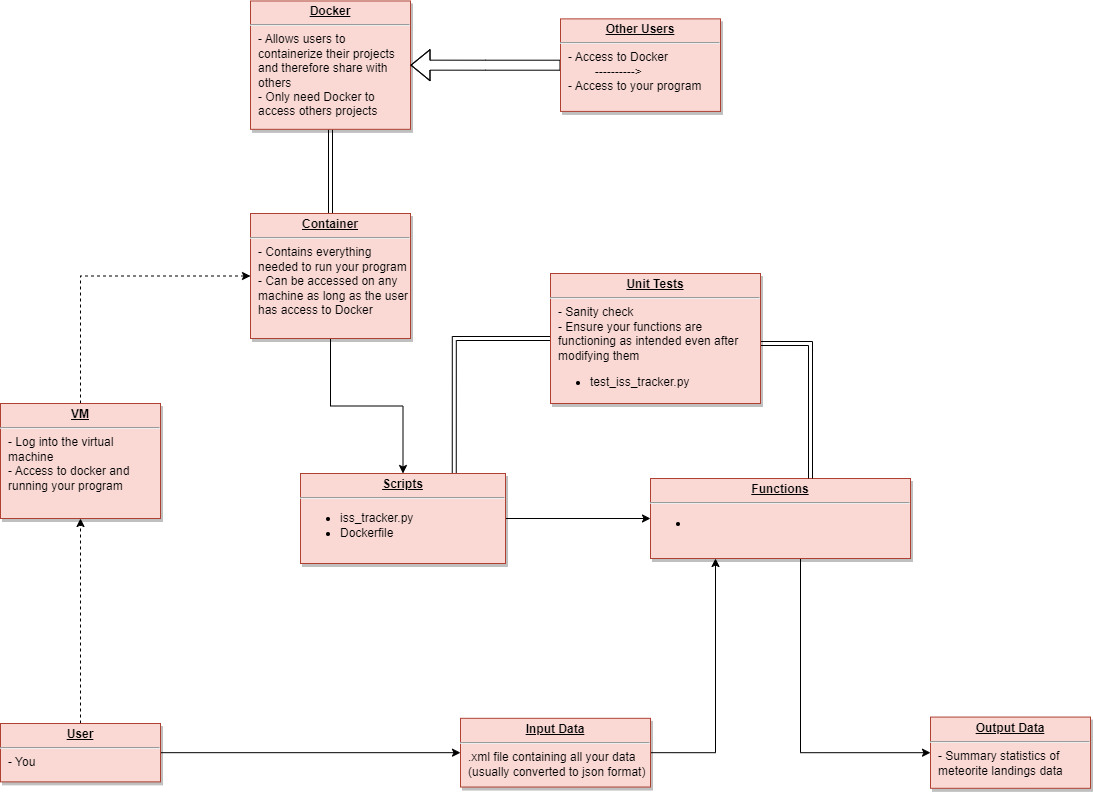
The draw.io diagram homework05/diagram.png in nicoleolv/coe332-sp24, before a commit. Source tidied: cells renumbered, new cells last; positions are measured from the earlier drawing's top-left corner, leaving out a move shared by most shapes.
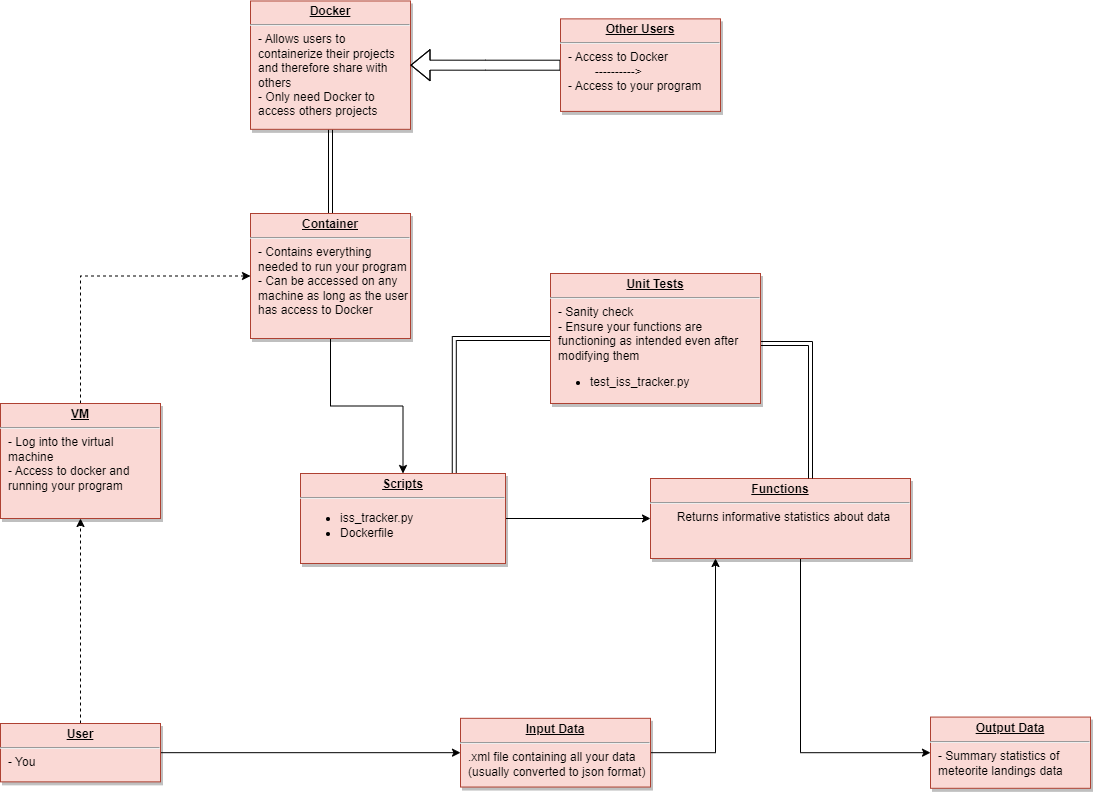
Later version of the same file.

The edit, as a diff of the source:
```diff
@@ -48,7 +48,7 @@
         </Array>
       </mxGeometry>
     </mxCell>
-    <mxCell id="16" value="&lt;p style=&quot;margin: 0px; margin-top: 4px; text-align: center; text-decoration: underline;&quot;&gt;&lt;b&gt;Functions&lt;/b&gt;&lt;/p&gt;&lt;hr&gt;&lt;p style=&quot;margin: 0px; margin-left: 8px;&quot;&gt;&lt;/p&gt;&lt;ul&gt;&lt;li&gt;&lt;br&gt;&lt;/li&gt;&lt;/ul&gt;&lt;p&gt;&lt;/p&gt;" style="verticalAlign=top;align=left;overflow=fill;fontSize=12;fontFamily=Helvetica;html=1;strokeColor=#ae4132;shadow=1;fillColor=#fad9d5;" parent="1" vertex="1">
+    <mxCell id="16" value="&lt;p style=&quot;margin: 0px; margin-top: 4px; text-align: center; text-decoration: underline;&quot;&gt;&lt;b&gt;Functions&lt;/b&gt;&lt;/p&gt;&lt;hr&gt;&lt;p style=&quot;margin: 0px; margin-left: 8px;&quot;&gt;&lt;/p&gt;&lt;span style=&quot;white-space: pre;&quot;&gt;&#9;&lt;/span&gt;Returns informative statistics about data&lt;br&gt;&lt;p&gt;&lt;/p&gt;" style="verticalAlign=top;align=left;overflow=fill;fontSize=12;fontFamily=Helvetica;html=1;strokeColor=#ae4132;shadow=1;fillColor=#fad9d5;" parent="1" vertex="1">
       <mxGeometry x="650" y="478" width="260" height="80" as="geometry" />
     </mxCell>
     <mxCell id="17" style="edgeStyle=orthogonalEdgeStyle;rounded=0;jettySize=auto;html=1;shape=link;" parent="1" edge="1" target="16">
```
